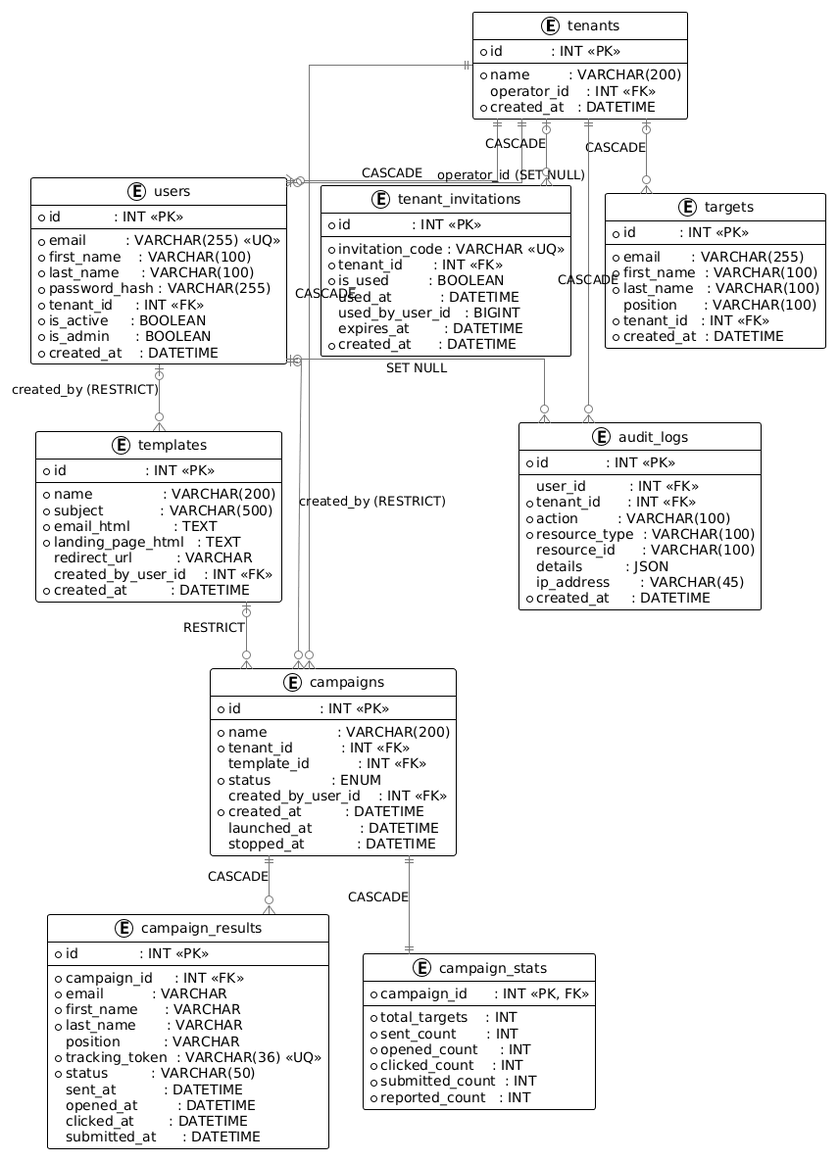
Earlier version of the PlantUML export docs/uml/er-diagram.png (xDiogow/PhishNet). Source of this version:
```plantuml
@startuml
!theme plain
skinparam defaultFontName Arial
skinparam linetype ortho
skinparam EntityBackgroundColor #FAFAFA
skinparam EntityBorderColor #AAAAAA
skinparam EntityHeaderBackgroundColor #1a237e
skinparam EntityFontColor #FFFFFF
skinparam ArrowColor #777777
skinparam NoteBorderColor #f39c12


entity "tenants" as tenants {
  * id           : INT <<PK>>
  --
  * name         : VARCHAR(200)
  operator_id    : INT <<FK>>
  * created_at   : DATETIME
}

entity "users" as users {
  * id            : INT <<PK>>
  --
  * email         : VARCHAR(255) <<UQ>>
  * first_name    : VARCHAR(100)
  * last_name     : VARCHAR(100)
  * password_hash : VARCHAR(255)
  * tenant_id     : INT <<FK>>
  * is_active     : BOOLEAN
  * is_admin      : BOOLEAN
  * created_at    : DATETIME
}

entity "tenant_invitations" as invitations {
  * id              : INT <<PK>>
  --
  * invitation_code : VARCHAR <<UQ>>
  * tenant_id       : INT <<FK>>
  * is_used         : BOOLEAN
  used_at           : DATETIME
  used_by_user_id   : BIGINT
  expires_at        : DATETIME
  * created_at      : DATETIME
}

entity "templates" as templates {
  * id                  : INT <<PK>>
  --
  * name                : VARCHAR(200)
  * subject             : VARCHAR(500)
  * email_html          : TEXT
  * landing_page_html   : TEXT
  redirect_url          : VARCHAR
  created_by_user_id    : INT <<FK>>
  * created_at          : DATETIME
}

entity "targets" as targets {
  * id          : INT <<PK>>
  --
  * email       : VARCHAR(255)
  * first_name  : VARCHAR(100)
  * last_name   : VARCHAR(100)
  position      : VARCHAR(100)
  * tenant_id   : INT <<FK>>
  * created_at  : DATETIME
}

entity "campaigns" as campaigns {
  * id                  : INT <<PK>>
  --
  * name                : VARCHAR(200)
  * tenant_id           : INT <<FK>>
  template_id           : INT <<FK>>
  * status              : ENUM
  created_by_user_id    : INT <<FK>>
  * created_at          : DATETIME
  launched_at           : DATETIME
  stopped_at            : DATETIME
}

entity "campaign_results" as results {
  * id              : INT <<PK>>
  --
  * campaign_id     : INT <<FK>>
  * email           : VARCHAR
  * first_name      : VARCHAR
  * last_name       : VARCHAR
  position          : VARCHAR
  * tracking_token  : VARCHAR(36) <<UQ>>
  * status          : VARCHAR(50)
  sent_at           : DATETIME
  opened_at         : DATETIME
  clicked_at        : DATETIME
  submitted_at      : DATETIME
}

entity "campaign_stats" as stats {
  * campaign_id      : INT <<PK, FK>>
  --
  * total_targets    : INT
  * sent_count       : INT
  * opened_count     : INT
  * clicked_count    : INT
  * submitted_count  : INT
  * reported_count   : INT
}

entity "audit_logs" as audit {
  * id             : INT <<PK>>
  --
  user_id          : INT <<FK>>
  * tenant_id      : INT <<FK>>
  * action         : VARCHAR(100)
  * resource_type  : VARCHAR(100)
  resource_id      : VARCHAR(100)
  details          : JSON
  ip_address       : VARCHAR(45)
  * created_at     : DATETIME
}


tenants         ||--o{  users        : "CASCADE"
tenants         |o--o{  invitations  : "CASCADE"
tenants         |o--o{  targets      : "CASCADE"
tenants         ||--o{  campaigns    : "CASCADE"
tenants         ||--o{  audit        : "CASCADE"

users           |o--o{  campaigns    : "created_by (RESTRICT)"
users           |o--o{  templates    : "created_by (RESTRICT)"
users           |o--o{  audit        : "SET NULL"
users           |o--||  tenants      : "operator_id (SET NULL)"

templates       |o--o{  campaigns    : "RESTRICT"

campaigns       ||--o{  results      : "CASCADE"
campaigns       ||--||  stats        : "CASCADE"
@enduml
```
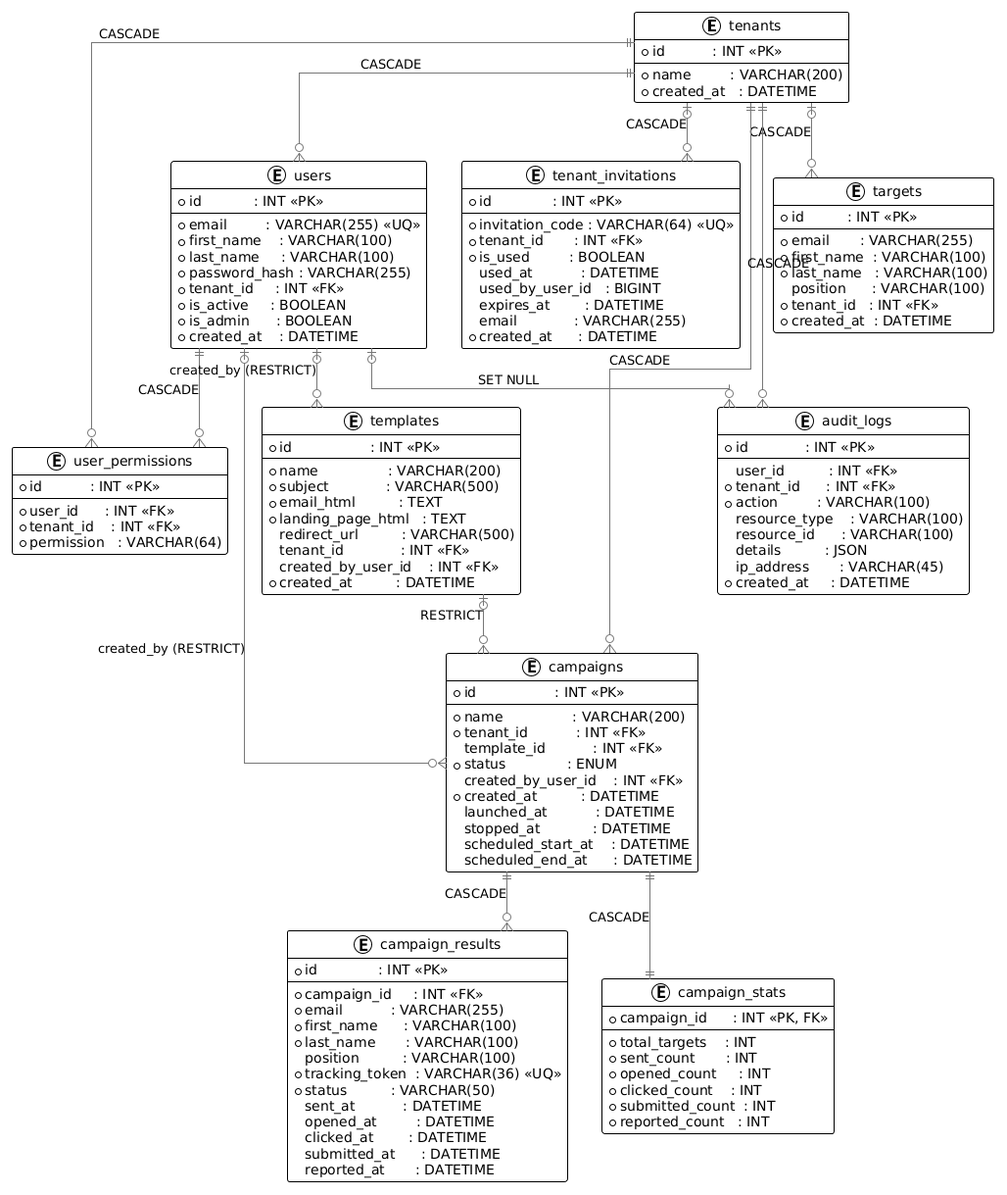
The same file after the commit.

What changed in the source:
```diff
@@ -14,7 +14,6 @@
   * id           : INT <<PK>>
   --
   * name         : VARCHAR(200)
-  operator_id    : INT <<FK>>
   * created_at   : DATETIME
 }
 
@@ -31,15 +30,24 @@
   * created_at    : DATETIME
 }
 
+entity "user_permissions" as permissions {
+  * id           : INT <<PK>>
+  --
+  * user_id      : INT <<FK>>
+  * tenant_id    : INT <<FK>>
+  * permission   : VARCHAR(64)
+}
+
 entity "tenant_invitations" as invitations {
   * id              : INT <<PK>>
   --
-  * invitation_code : VARCHAR <<UQ>>
+  * invitation_code : VARCHAR(64) <<UQ>>
   * tenant_id       : INT <<FK>>
   * is_used         : BOOLEAN
   used_at           : DATETIME
   used_by_user_id   : BIGINT
   expires_at        : DATETIME
+  email             : VARCHAR(255)
   * created_at      : DATETIME
 }
 
@@ -50,7 +58,8 @@
   * subject             : VARCHAR(500)
   * email_html          : TEXT
   * landing_page_html   : TEXT
-  redirect_url          : VARCHAR
+  redirect_url          : VARCHAR(500)
+  tenant_id             : INT <<FK>>
   created_by_user_id    : INT <<FK>>
   * created_at          : DATETIME
 }
@@ -77,22 +86,25 @@
   * created_at          : DATETIME
   launched_at           : DATETIME
   stopped_at            : DATETIME
+  scheduled_start_at    : DATETIME
+  scheduled_end_at      : DATETIME
 }
 
 entity "campaign_results" as results {
   * id              : INT <<PK>>
   --
   * campaign_id     : INT <<FK>>
-  * email           : VARCHAR
-  * first_name      : VARCHAR
-  * last_name       : VARCHAR
-  position          : VARCHAR
+  * email           : VARCHAR(255)
+  * first_name      : VARCHAR(100)
+  * last_name       : VARCHAR(100)
+  position          : VARCHAR(100)
   * tracking_token  : VARCHAR(36) <<UQ>>
   * status          : VARCHAR(50)
   sent_at           : DATETIME
   opened_at         : DATETIME
   clicked_at        : DATETIME
   submitted_at      : DATETIME
+  reported_at       : DATETIME
 }
 
 entity "campaign_stats" as stats {
@@ -112,7 +124,7 @@
   user_id          : INT <<FK>>
   * tenant_id      : INT <<FK>>
   * action         : VARCHAR(100)
-  * resource_type  : VARCHAR(100)
+  resource_type    : VARCHAR(100)
   resource_id      : VARCHAR(100)
   details          : JSON
   ip_address       : VARCHAR(45)
@@ -121,15 +133,16 @@
 
 
 tenants         ||--o{  users        : "CASCADE"
+tenants         ||--o{  permissions  : "CASCADE"
 tenants         |o--o{  invitations  : "CASCADE"
 tenants         |o--o{  targets      : "CASCADE"
 tenants         ||--o{  campaigns    : "CASCADE"
 tenants         ||--o{  audit        : "CASCADE"
 
+users           ||--o{  permissions  : "CASCADE"
 users           |o--o{  campaigns    : "created_by (RESTRICT)"
 users           |o--o{  templates    : "created_by (RESTRICT)"
 users           |o--o{  audit        : "SET NULL"
-users           |o--||  tenants      : "operator_id (SET NULL)"
 
 templates       |o--o{  campaigns    : "RESTRICT"
 
```
